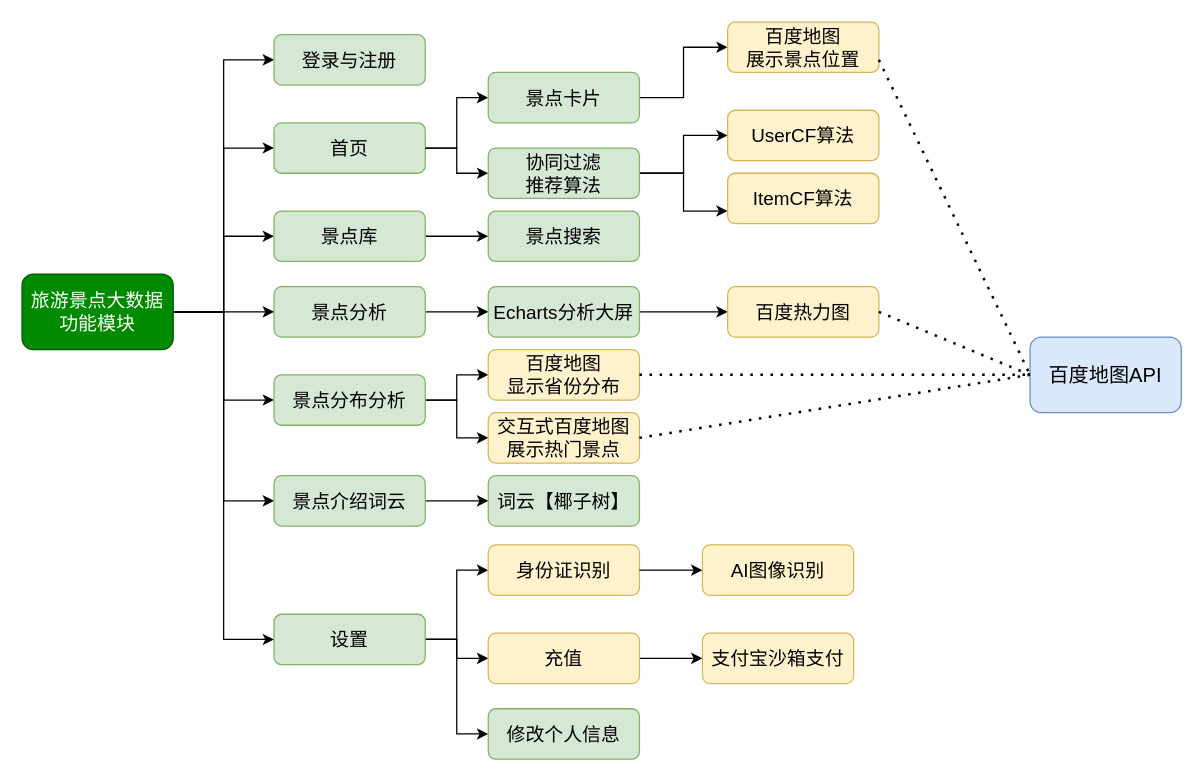
redcomet88/DRAW keeps this draw.io diagram as flask-旅游大数据.drawio. Above is the earlier version. Source tidied: cells renumbered, new cells numbered last; positions are measured from the earlier drawing's top-left corner, leaving out a move shared by most shapes. Both pictures are drawn from the tidied source at 126%, with x=0, y=0 at pixel (21, 21).
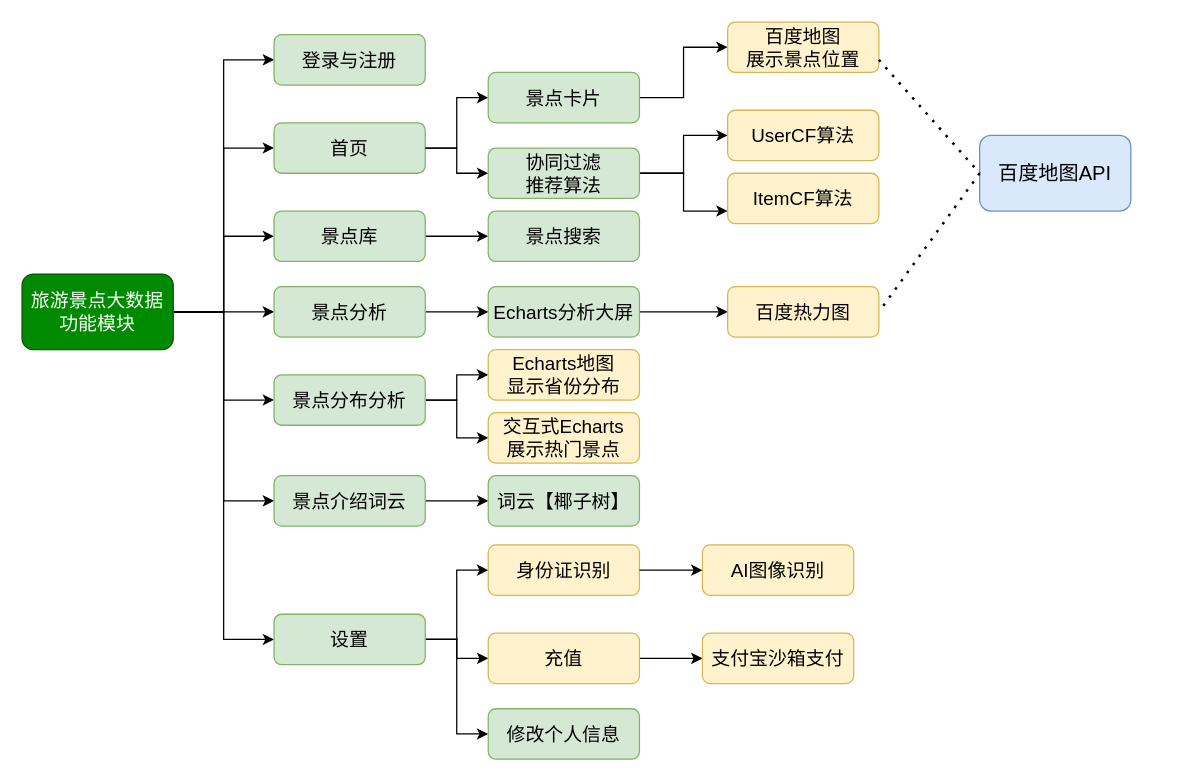
The same diagram, later.

Commit message:
Update flask-旅游大数据.drawio

Diff of the diagram source:
```diff
@@
-    <mxCell id="47" value="百度地图&lt;br&gt;显示省份分布" style="rounded=1;whiteSpace=wrap;html=1;fontSize=15;fillColor=#fff2cc;strokeColor=#d6b656;" parent="1" vertex="1">
+    <mxCell id="47" value="Echarts地图&lt;br&gt;显示省份分布" style="rounded=1;whiteSpace=wrap;html=1;fontSize=15;fillColor=#fff2cc;strokeColor=#d6b656;" parent="1" vertex="1">
       <mxGeometry x="370" y="260" width="120" height="40" as="geometry" />
     </mxCell>
-    <mxCell id="48" value="交互式百度地图&lt;br&gt;展示热门景点" style="rounded=1;whiteSpace=wrap;html=1;fontSize=15;fillColor=#fff2cc;strokeColor=#d6b656;" parent="1" vertex="1">
+    <mxCell id="48" value="交互式Echarts&lt;br&gt;展示热门景点" style="rounded=1;whiteSpace=wrap;html=1;fontSize=15;fillColor=#fff2cc;strokeColor=#d6b656;" parent="1" vertex="1">
       <mxGeometry x="370" y="310" width="120" height="40" as="geometry" />
     </mxCell>
     <mxCell id="49" value="百度地图API" style="rounded=1;whiteSpace=wrap;html=1;fillColor=#dae8fc;strokeColor=#6c8ebf;fontSize=16;" parent="1" vertex="1">
-      <mxGeometry x="800" y="250" width="120" height="60" as="geometry" />
+      <mxGeometry x="760" y="90" width="120" height="60" as="geometry" />
     </mxCell>
@@
-    <mxCell id="51" style="endArrow=none;dashed=1;html=1;dashPattern=1 3;strokeWidth=2;rounded=0;fontSize=16;exitX=1;exitY=0.5;exitDx=0;exitDy=0;" parent="1" edge="1" source="47" target="49">
-      <mxGeometry relative="1" as="geometry" />
-    </mxCell>
-    <mxCell id="52" style="endArrow=none;dashed=1;html=1;dashPattern=1 3;strokeWidth=2;rounded=0;fontSize=16;exitX=1;exitY=0.5;exitDx=0;exitDy=0;" parent="1" edge="1" source="48">
-      <mxGeometry relative="1" as="geometry">
-        <mxPoint x="800" y="280" as="targetPoint" />
-      </mxGeometry>
-    </mxCell>
```
